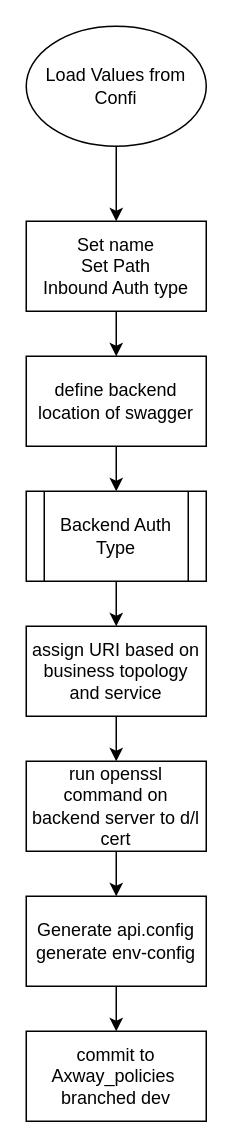
The draw.io diagram page "Json Creation" (2 of 2) of Process for new API.drawio in bhrobinson/draw.io, before the edit. Source tidied: cells renumbered, new cells numbered last; positions are measured from the earlier drawing's top-left corner, leaving out a move shared by most shapes. Both pictures are drawn from the tidied source at 150%, with x=0, y=0 at pixel (26, 26).
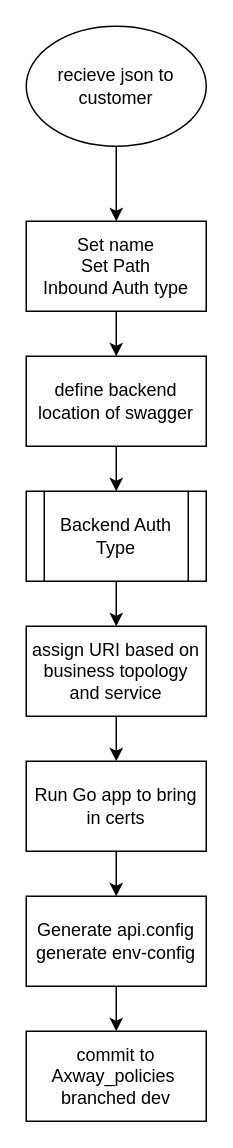
The same diagram, later.

What changed in the source:
```diff
@@
 <mxGraphModel>
   <root>
     <mxCell id="0" />
     <mxCell id="1" parent="0" />
     <mxCell id="2" style="edgeStyle=orthogonalEdgeStyle;rounded=0;jettySize=auto;html=1;" parent="1" edge="1" source="3" target="5">
       <mxGeometry relative="1" as="geometry" />
     </mxCell>
-    <mxCell id="3" value="Load Values from Confi" style="ellipse;whiteSpace=wrap;html=1;" parent="1" vertex="1">
+    <mxCell id="3" value="recieve json to customer" style="ellipse;whiteSpace=wrap;html=1;" parent="1" vertex="1">
       <mxGeometry width="120" height="80" as="geometry" />
     </mxCell>
     <mxCell id="4" style="edgeStyle=orthogonalEdgeStyle;rounded=0;jettySize=auto;html=1;" parent="1" edge="1" source="5" target="7">
       <mxGeometry relative="1" as="geometry" />
     </mxCell>
     <mxCell id="5" value="Set name&lt;br&gt;Set Path&lt;br&gt;Inbound Auth type" style="rounded=0;whiteSpace=wrap;html=1;" parent="1" vertex="1">
       <mxGeometry y="130" width="120" height="60" as="geometry" />
     </mxCell>
     <mxCell id="6" style="edgeStyle=orthogonalEdgeStyle;rounded=0;jettySize=auto;html=1;" parent="1" edge="1" source="7" target="16">
       <mxGeometry relative="1" as="geometry" />
     </mxCell>
     <mxCell id="7" value="define backend&lt;br&gt;location of swagger&lt;br&gt;" style="rounded=0;whiteSpace=wrap;html=1;" parent="1" vertex="1">
       <mxGeometry y="220" width="120" height="60" as="geometry" />
     </mxCell>
     <mxCell id="8" style="edgeStyle=orthogonalEdgeStyle;rounded=0;jettySize=auto;html=1;" parent="1" edge="1" source="9" target="11">
       <mxGeometry relative="1" as="geometry" />
     </mxCell>
     <mxCell id="9" value="assign URI based on business topology and service&lt;br&gt;" style="rounded=0;whiteSpace=wrap;html=1;" parent="1" vertex="1">
       <mxGeometry y="400" width="120" height="60" as="geometry" />
     </mxCell>
     <mxCell id="10" style="edgeStyle=orthogonalEdgeStyle;rounded=0;jettySize=auto;html=1;" parent="1" edge="1" source="11" target="13">
       <mxGeometry relative="1" as="geometry" />
     </mxCell>
-    <mxCell id="11" value="run openssl command on backend server to d/l cert" style="rounded=0;whiteSpace=wrap;html=1;" parent="1" vertex="1">
+    <mxCell id="11" value="Run Go app to bring in certs" style="rounded=0;whiteSpace=wrap;html=1;" parent="1" vertex="1">
       <mxGeometry y="490" width="120" height="60" as="geometry" />
     </mxCell>
     <mxCell id="12" style="edgeStyle=orthogonalEdgeStyle;rounded=0;jettySize=auto;html=1;" parent="1" edge="1" source="13" target="14">
       <mxGeometry relative="1" as="geometry" />
     </mxCell>
     <mxCell id="13" value="Generate api.config&lt;br&gt;generate env-config&lt;br&gt;" style="rounded=0;whiteSpace=wrap;html=1;" parent="1" vertex="1">
       <mxGeometry y="580" width="120" height="60" as="geometry" />
     </mxCell>
     <mxCell id="14" value="commit to Axway_policies&amp;nbsp;&lt;br&gt;branched dev" style="rounded=0;whiteSpace=wrap;html=1;" parent="1" vertex="1">
       <mxGeometry y="670" width="120" height="60" as="geometry" />
     </mxCell>
     <mxCell id="15" style="edgeStyle=orthogonalEdgeStyle;rounded=0;jettySize=auto;html=1;" parent="1" edge="1" source="16" target="9">
       <mxGeometry relative="1" as="geometry" />
     </mxCell>
     <mxCell id="16" value="Backend Auth Type" style="shape=process;whiteSpace=wrap;html=1;backgroundOutline=1;" parent="1" vertex="1">
       <mxGeometry y="310" width="120" height="60" as="geometry" />
     </mxCell>
   </root>
 </mxGraphModel>
```
